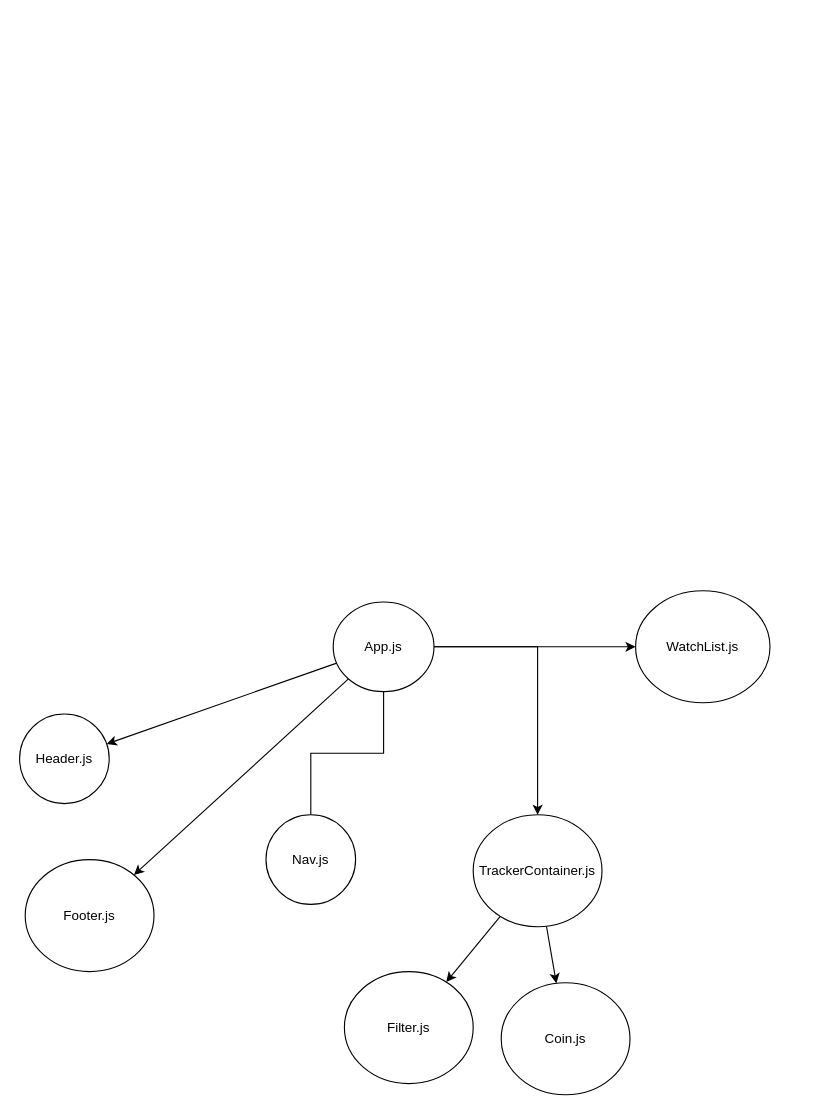
This is flowchart.drawio from mikestarrdev/unrekt-crypto-tracker, a draw.io file, before an edit. Source tidied: cells renumbered, new cells numbered last; positions are measured from the earlier drawing's top-left corner, leaving out a move shared by most shapes. Both pictures are drawn from the tidied source at 112%, with x=0, y=0 at pixel (19, 590).
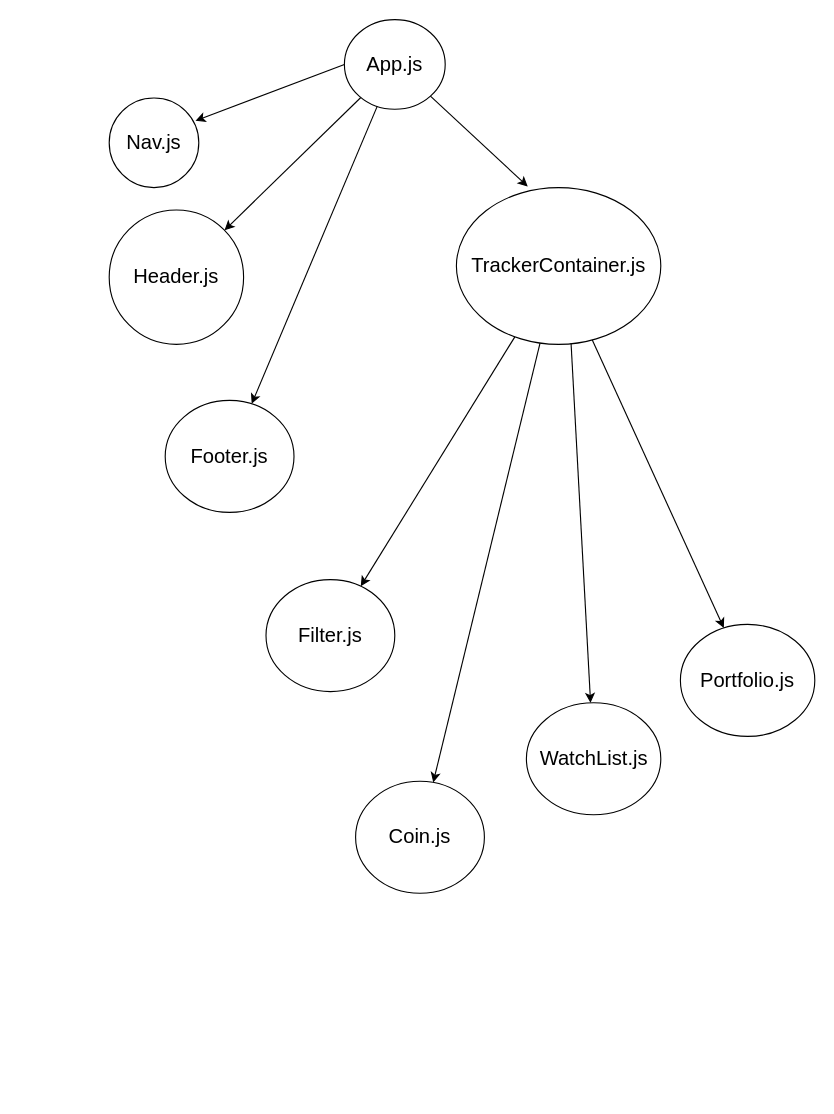
After the change.

Diff of the diagram source:
```diff
@@
 <mxGraphModel>
   <root>
     <mxCell id="0" />
     <mxCell id="1" parent="0" />
-    <mxCell id="2" style="edgeStyle=orthogonalEdgeStyle;rounded=0;jettySize=auto;html=1;" parent="1" edge="1" source="6" target="10">
-      <mxGeometry relative="1" as="geometry" />
-    </mxCell>
-    <mxCell id="3" style="edgeStyle=orthogonalEdgeStyle;rounded=0;jettySize=auto;html=1;" parent="1" edge="1" source="6" target="11">
-      <mxGeometry relative="1" as="geometry" />
-    </mxCell>
     <mxCell id="4" style="edgeStyle=none;html=1;" parent="1" edge="1" source="6" target="7">
       <mxGeometry relative="1" as="geometry" />
     </mxCell>
     <mxCell id="5" style="edgeStyle=none;html=1;" parent="1" edge="1" source="6" target="16">
       <mxGeometry relative="1" as="geometry" />
     </mxCell>
-    <mxCell id="6" value="App.js" style="ellipse;whiteSpace=wrap;html=1;" parent="1" vertex="1">
-      <mxGeometry x="280" y="10" width="90" height="80" as="geometry" />
+    <mxCell id="6" value="&lt;font style=&quot;font-size: 18px&quot;&gt;App.js&lt;/font&gt;" style="ellipse;whiteSpace=wrap;html=1;" parent="1" vertex="1">
+      <mxGeometry x="290" y="-510" width="90" height="80" as="geometry" />
     </mxCell>
-    <mxCell id="7" value="Header.js" style="ellipse;whiteSpace=wrap;html=1;" parent="1" vertex="1">
-      <mxGeometry y="110" width="80" height="80" as="geometry" />
+    <mxCell id="7" value="&lt;font style=&quot;font-size: 18px&quot;&gt;Header.js&lt;/font&gt;" style="ellipse;whiteSpace=wrap;html=1;" parent="1" vertex="1">
+      <mxGeometry x="80" y="-340" width="120" height="120" as="geometry" />
     </mxCell>
     <mxCell id="8" style="edgeStyle=none;html=1;" parent="1" edge="1" source="10" target="14">
       <mxGeometry relative="1" as="geometry" />
     </mxCell>
     <mxCell id="9" style="edgeStyle=none;html=1;" parent="1" edge="1" source="10" target="15">
       <mxGeometry relative="1" as="geometry" />
     </mxCell>
+    <mxCell id="17" style="edgeStyle=none;html=1;fontSize=18;" parent="1" edge="1" source="10" target="18">
+      <mxGeometry relative="1" as="geometry" />
+    </mxCell>
-    <mxCell id="10" value="TrackerContainer.js" style="ellipse;whiteSpace=wrap;html=1;" parent="1" vertex="1">
-      <mxGeometry x="405" y="200" width="115" height="100" as="geometry" />
+    <mxCell id="10" value="&lt;font style=&quot;font-size: 18px&quot;&gt;TrackerContainer.js&lt;/font&gt;" style="ellipse;whiteSpace=wrap;html=1;" parent="1" vertex="1">
+      <mxGeometry x="390" y="-360" width="182.5" height="140" as="geometry" />
     </mxCell>
-    <mxCell id="11" value="WatchList.js" style="ellipse;whiteSpace=wrap;html=1;" parent="1" vertex="1">
-      <mxGeometry x="550" width="120" height="100" as="geometry" />
+    <mxCell id="11" value="&lt;font style=&quot;font-size: 18px&quot;&gt;WatchList.js&lt;/font&gt;" style="ellipse;whiteSpace=wrap;html=1;" parent="1" vertex="1">
+      <mxGeometry x="452.5" y="100" width="120" height="100" as="geometry" />
     </mxCell>
-    <mxCell id="12" value="Nav.js" style="ellipse;whiteSpace=wrap;html=1;" parent="1" vertex="1">
-      <mxGeometry x="220" y="200" width="80" height="80" as="geometry" />
+    <mxCell id="12" value="&lt;font style=&quot;font-size: 18px&quot;&gt;Nav.js&lt;/font&gt;" style="ellipse;whiteSpace=wrap;html=1;" parent="1" vertex="1">
+      <mxGeometry x="80" y="-440" width="80" height="80" as="geometry" />
     </mxCell>
-    <mxCell id="13" style="edgeStyle=orthogonalEdgeStyle;rounded=0;jettySize=auto;html=1;endArrow=none;" parent="1" edge="1" source="6" target="12">
-      <mxGeometry relative="1" as="geometry" />
-    </mxCell>
-    <mxCell id="14" value="Filter.js" style="ellipse;whiteSpace=wrap;html=1;" parent="1" vertex="1">
-      <mxGeometry x="290" y="340" width="115" height="100" as="geometry" />
+    <mxCell id="14" value="&lt;font style=&quot;font-size: 18px&quot;&gt;Filter.js&lt;/font&gt;" style="ellipse;whiteSpace=wrap;html=1;" parent="1" vertex="1">
+      <mxGeometry x="220" y="-10" width="115" height="100" as="geometry" />
     </mxCell>
-    <mxCell id="15" value="Coin.js" style="ellipse;whiteSpace=wrap;html=1;" parent="1" vertex="1">
-      <mxGeometry x="430" y="350" width="115" height="100" as="geometry" />
+    <mxCell id="15" value="&lt;font style=&quot;font-size: 18px&quot;&gt;Coin.js&lt;/font&gt;" style="ellipse;whiteSpace=wrap;html=1;" parent="1" vertex="1">
+      <mxGeometry x="300" y="170" width="115" height="100" as="geometry" />
     </mxCell>
-    <mxCell id="16" value="Footer.js" style="ellipse;whiteSpace=wrap;html=1;" parent="1" vertex="1">
-      <mxGeometry x="5" y="240" width="115" height="100" as="geometry" />
+    <mxCell id="16" value="&lt;font style=&quot;font-size: 18px&quot;&gt;Footer.js&lt;/font&gt;" style="ellipse;whiteSpace=wrap;html=1;" parent="1" vertex="1">
+      <mxGeometry x="130" y="-170" width="115" height="100" as="geometry" />
     </mxCell>
+    <mxCell id="18" value="&lt;font style=&quot;font-size: 18px&quot;&gt;Portfolio.js&lt;/font&gt;" style="ellipse;whiteSpace=wrap;html=1;" parent="1" vertex="1">
+      <mxGeometry x="590" y="30" width="120" height="100" as="geometry" />
+    </mxCell>
+    <mxCell id="19" style="endArrow=classic;html=1;exitX=0.561;exitY=0.993;exitDx=0;exitDy=0;exitPerimeter=0;" parent="1" edge="1" source="10" target="11">
+      <mxGeometry relative="1" as="geometry" />
+    </mxCell>
+    <mxCell id="20" style="edgeStyle=none;html=1;entryX=0.963;entryY=0.254;entryDx=0;entryDy=0;entryPerimeter=0;" parent="1" edge="1" target="12">
+      <mxGeometry relative="1" as="geometry">
+        <mxPoint x="290" y="-470" as="sourcePoint" />
+      </mxGeometry>
+    </mxCell>
+    <mxCell id="2" style="edgeStyle=none;html=1;exitX=1;exitY=1;exitDx=0;exitDy=0;entryX=0.349;entryY=-0.007;entryDx=0;entryDy=0;entryPerimeter=0;" parent="1" edge="1" source="6" target="10">
+      <mxGeometry relative="1" as="geometry" />
+    </mxCell>
   </root>
 </mxGraphModel>
```
